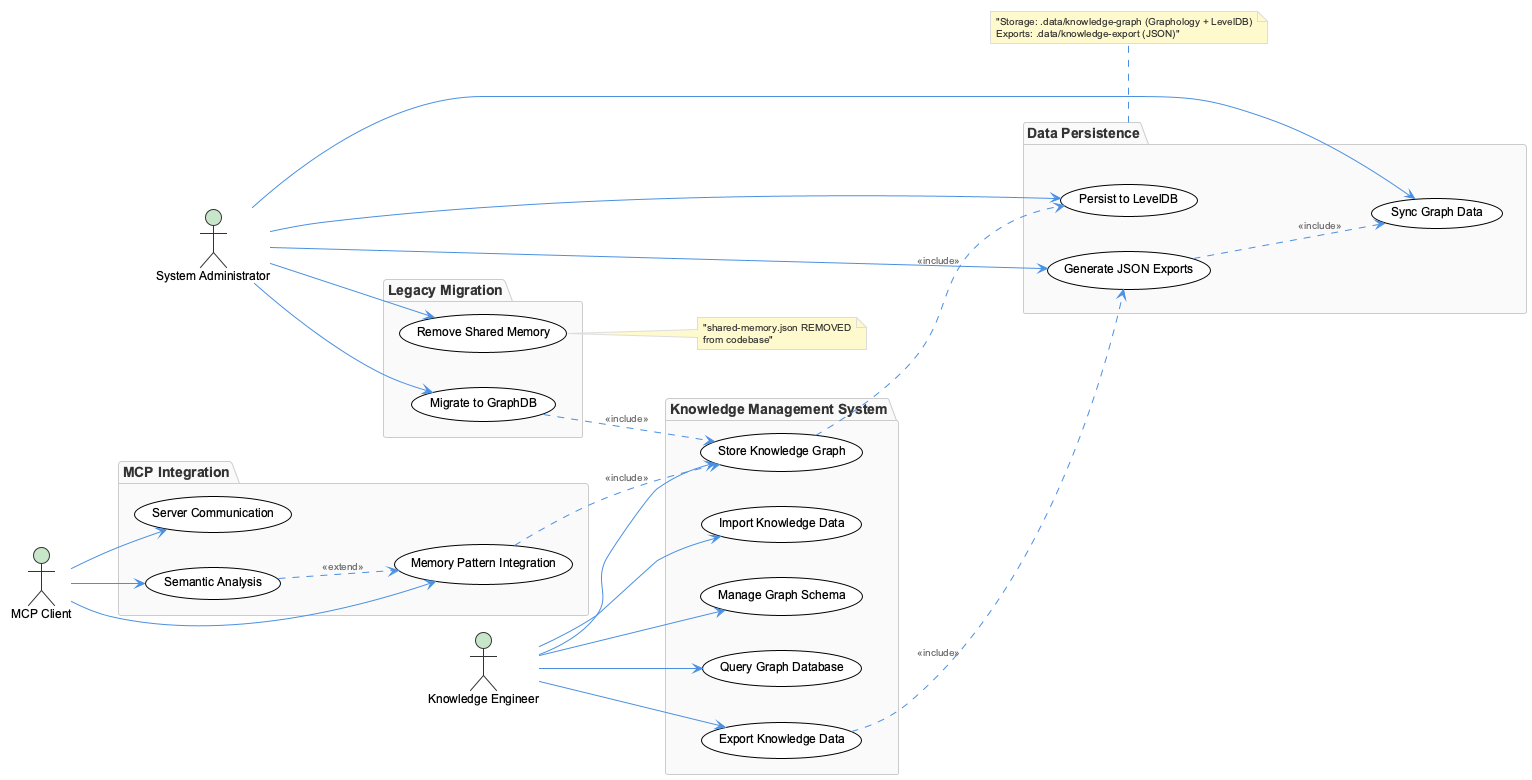
Before: knowledge-management/insights/images/mcpmemory-logging-integration-pattern-use-cases.png, a diagram exported from PlantUML (fwornle/coding). The source it was exported from:
```plantuml
@startuml
!include /Users/q284340/Agentic/coding/docs/puml/_standard-style.puml

left to right direction

actor "Knowledge Engineer" as KE
actor "MCP Client" as MCP
actor "System Administrator" as SA

package "Knowledge Management System" {
  usecase "Store Knowledge Graph" as UC1
  usecase "Query Graph Database" as UC2
  usecase "Export Knowledge Data" as UC3
  usecase "Import Knowledge Data" as UC4
  usecase "Manage Graph Schema" as UC5
}

package "MCP Integration" {
  usecase "Semantic Analysis" as UC6
  usecase "Memory Pattern Integration" as UC7
  usecase "Server Communication" as UC8
}

package "Data Persistence" {
  usecase "Persist to LevelDB" as UC9
  usecase "Generate JSON Exports" as UC10
  usecase "Sync Graph Data" as UC11
}

package "Legacy Migration" {
  usecase "Remove Shared Memory" as UC12
  usecase "Migrate to GraphDB" as UC13
}

KE --> UC1
KE --> UC2
KE --> UC3
KE --> UC4
KE --> UC5

MCP --> UC6
MCP --> UC7
MCP --> UC8

SA --> UC9
SA --> UC10
SA --> UC11
SA --> UC12
SA --> UC13

UC1 ..> UC9 : <<include>>
UC3 ..> UC10 : <<include>>
UC10 ..> UC11 : <<include>>
UC7 ..> UC1 : <<include>>
UC6 ..> UC7 : <<extend>>
UC13 ..> UC1 : <<include>>

note right of UC12 : "shared-memory.json REMOVED\nfrom codebase"

note bottom of "Data Persistence" : "Storage: .data/knowledge-graph (Graphology + LevelDB)\nExports: .data/knowledge-export (JSON)"

@enduml
```
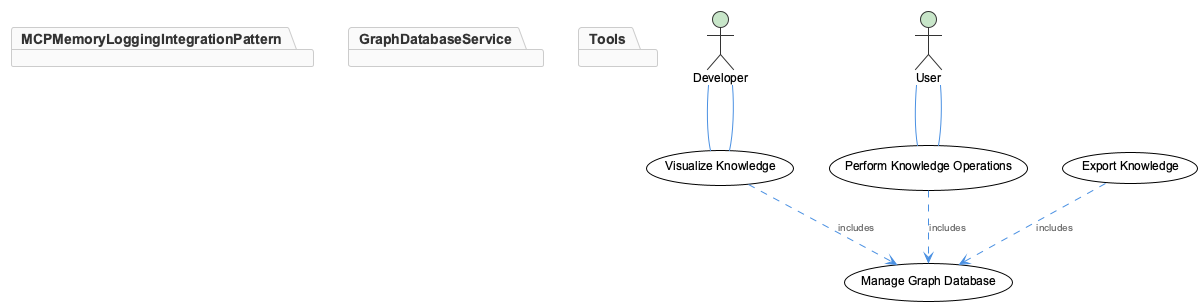
The same diagram one commit later.

The edit, as a diff of the source:
```diff
@@ -1,62 +1,38 @@
 @startuml
 !include /Users/q284340/Agentic/coding/docs/puml/_standard-style.puml
 
-left to right direction
+actor Developer as "Developer"
+actor User as "User"
 
-actor "Knowledge Engineer" as KE
-actor "MCP Client" as MCP
-actor "System Administrator" as SA
+usecase "Visualize Knowledge" as (Visualize Knowledge)
+usecase "Perform Knowledge Operations" as (Perform Knowledge Operations)
+usecase "Export Knowledge" as (Export Knowledge)
+usecase "Manage Graph Database" as (Manage Graph Database)
 
-package "Knowledge Management System" {
-  usecase "Store Knowledge Graph" as UC1
-  usecase "Query Graph Database" as UC2
-  usecase "Export Knowledge Data" as UC3
-  usecase "Import Knowledge Data" as UC4
-  usecase "Manage Graph Schema" as UC5
+package "MCPMemoryLoggingIntegrationPattern" {
+  (Visualize Knowledge)
+  (Perform Knowledge Operations)
+  (Export Knowledge)
+  (Manage Graph Database)
 }
 
-package "MCP Integration" {
-  usecase "Semantic Analysis" as UC6
-  usecase "Memory Pattern Integration" as UC7
-  usecase "Server Communication" as UC8
+Developer -- (Visualize Knowledge)
+User -- (Perform Knowledge Operations)
+
+(Visualize Knowledge) ..> (Manage Graph Database) : includes
+(Perform Knowledge Operations) ..> (Manage Graph Database) : includes
+(Export Knowledge) ..> (Manage Graph Database) : includes
+
+package "GraphDatabaseService" {
+  (Manage Graph Database)
 }
 
-package "Data Persistence" {
-  usecase "Persist to LevelDB" as UC9
-  usecase "Generate JSON Exports" as UC10
-  usecase "Sync Graph Data" as UC11
+package "Tools" {
+  (Visualize Knowledge)
+  (Perform Knowledge Operations)
 }
 
-package "Legacy Migration" {
-  usecase "Remove Shared Memory" as UC12
-  usecase "Migrate to GraphDB" as UC13
-}
-
-KE --> UC1
-KE --> UC2
-KE --> UC3
-KE --> UC4
-KE --> UC5
-
-MCP --> UC6
-MCP --> UC7
-MCP --> UC8
-
-SA --> UC9
-SA --> UC10
-SA --> UC11
-SA --> UC12
-SA --> UC13
-
-UC1 ..> UC9 : <<include>>
-UC3 ..> UC10 : <<include>>
-UC10 ..> UC11 : <<include>>
-UC7 ..> UC1 : <<include>>
-UC6 ..> UC7 : <<extend>>
-UC13 ..> UC1 : <<include>>
-
-note right of UC12 : "shared-memory.json REMOVED\nfrom codebase"
-
-note bottom of "Data Persistence" : "Storage: .data/knowledge-graph (Graphology + LevelDB)\nExports: .data/knowledge-export (JSON)"
+(User) -- (Perform Knowledge Operations)
+(Developer) -- (Visualize Knowledge)
 
 @enduml
```
